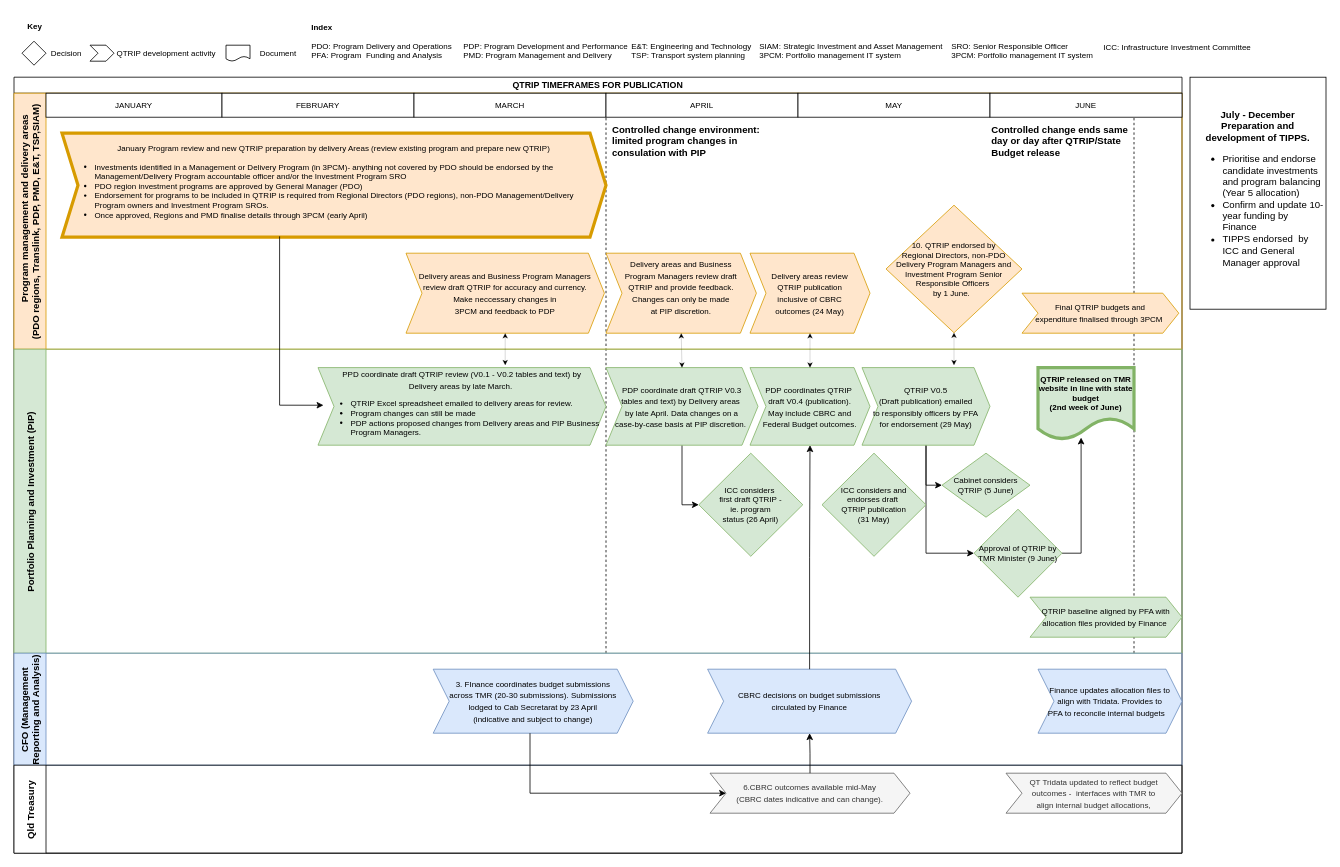
Earlier version of the draw.io diagram page "QTRIP" (1 of 5) of QTRIP and financial mapping.drawio (tzforster/great-suppository-name). Source tidied: cells renumbered, new cells numbered last; positions are measured from the earlier drawing's top-left corner, leaving out a move shared by most shapes. Both pictures are drawn from the tidied source at 80%, with x=0, y=0 at pixel (14, 14).
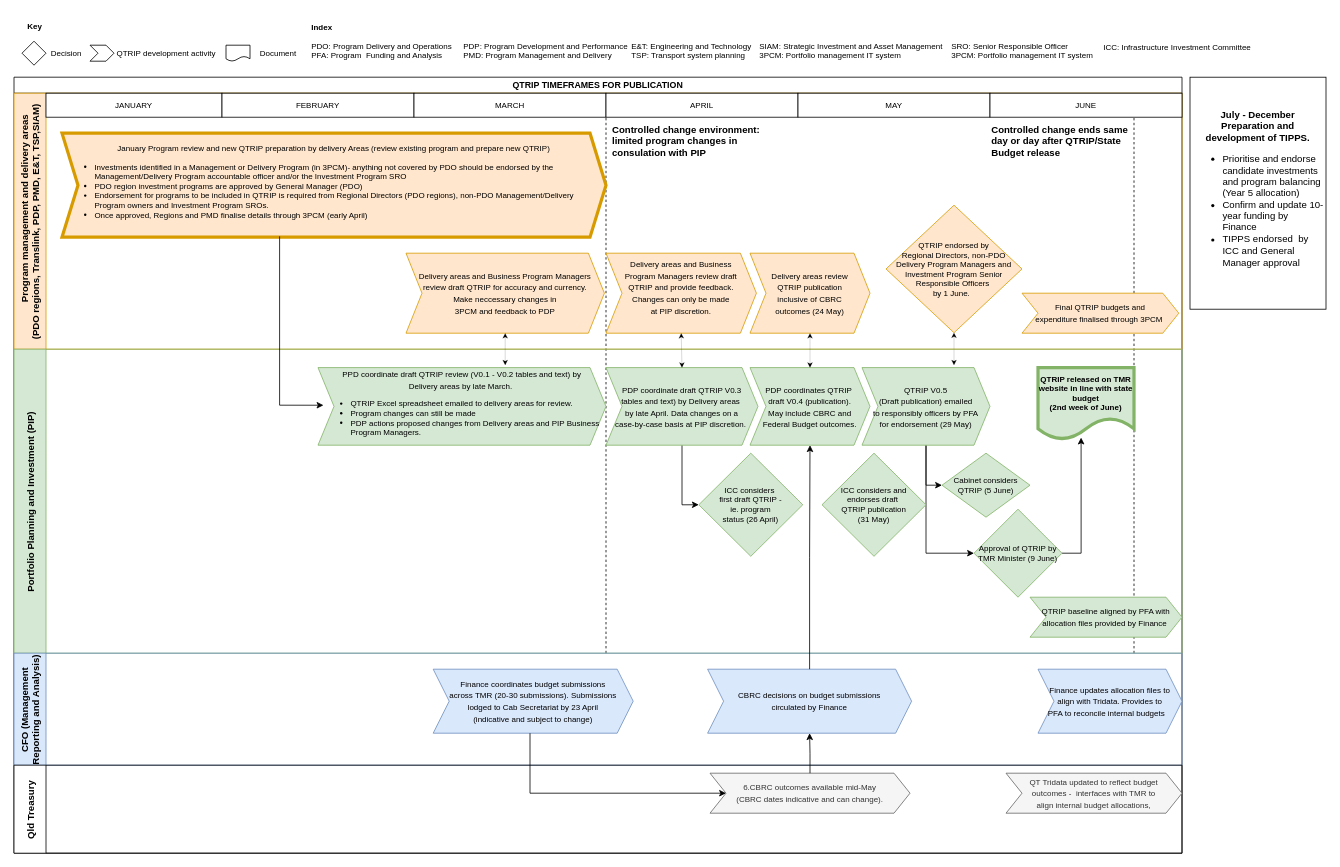
The same diagram, later.

Unchanged cells that the change refers to:
```xml
<mxCell id="5" value="            Program management and delivery areas  &#10;(PDO regions, Translink, PDP, PMD, E&amp;T, TSP,SIAM)" style="swimlane;startSize=40;horizontal=0;fillColor=#ffe6cc;strokeColor=#d79b00;" parent="2" vertex="1">
  <mxGeometry y="20" width="1460" height="320" as="geometry" />
</mxCell>
<mxCell id="36" value="CFO (Management&#10;Reporting and Analysis)" style="swimlane;startSize=40;horizontal=0;fillColor=#dae8fc;strokeColor=#6c8ebf;" parent="2" vertex="1">
  <mxGeometry y="720" width="1460" height="140" as="geometry" />
</mxCell>
```

Change to the diagram source:
```diff
@@
-    <mxCell id="13" value="10. QTRIP endorsed by &lt;br&gt;Regional Directors, non-PDO Delivery Program Managers and Investment Program Senior Responsible Officers&amp;nbsp;&lt;br&gt;by 1 June.&amp;nbsp;&amp;nbsp;" style="rhombus;whiteSpace=wrap;html=1;fontSize=10;fillColor=#ffe6cc;strokeColor=#d79b00;" parent="5" vertex="1">
+    <mxCell id="13" value="QTRIP endorsed by &lt;br&gt;Regional Directors, non-PDO Delivery Program Managers and Investment Program Senior Responsible Officers&amp;nbsp;&lt;br&gt;by 1 June.&amp;nbsp;&amp;nbsp;" style="rhombus;whiteSpace=wrap;html=1;fontSize=10;fillColor=#ffe6cc;strokeColor=#d79b00;" parent="5" vertex="1">
       <mxGeometry x="1090" y="140" width="170" height="159.4" as="geometry" />
     </mxCell>
@@
-    <mxCell id="39" value="&lt;span style=&quot;font-size: 10px;&quot;&gt;3. FInance coordinates budget submissions&lt;br&gt;across TMR (20-30 submissions). Submissions&lt;br&gt;lodged to Cab Secretarat by 23 April&lt;br&gt;(indicative and subject to change)&lt;br&gt;&lt;/span&gt;" style="shape=step;perimeter=stepPerimeter;whiteSpace=wrap;html=1;fixedSize=1;fillColor=#dae8fc;strokeColor=#6c8ebf;" parent="36" vertex="1">
+    <mxCell id="39" value="&lt;span style=&quot;font-size: 10px;&quot;&gt;Finance coordinates budget submissions&lt;/span&gt;&lt;br&gt;&lt;span style=&quot;font-size: 10px;&quot;&gt;across TMR (20-30 submissions). Submissions&lt;/span&gt;&lt;br&gt;&lt;span style=&quot;font-size: 10px;&quot;&gt;lodged to Cab Secretariat&amp;nbsp;by 23 April&lt;/span&gt;&lt;br&gt;&lt;span style=&quot;font-size: 10px;&quot;&gt;(indicative and subject to change)&lt;/span&gt;" style="shape=step;perimeter=stepPerimeter;whiteSpace=wrap;html=1;fixedSize=1;fillColor=#dae8fc;strokeColor=#6c8ebf;" parent="36" vertex="1">
       <mxGeometry x="524" y="20" width="250" height="80" as="geometry" />
     </mxCell>
```
